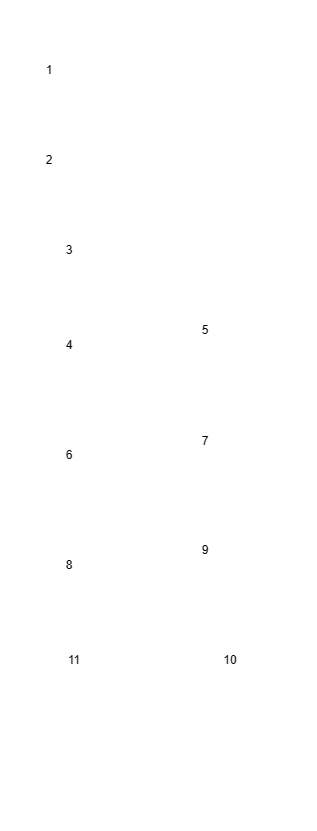
Before: Диаграмма без названия.drawio.png, a diagram exported from draw.io (H33MP/rsue). Source tidied: cells renumbered, new cells last; positions are measured from the earlier drawing's top-left corner, leaving out a move shared by most shapes.
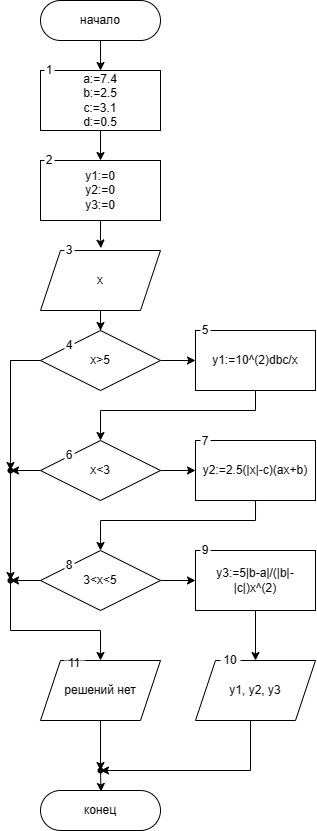
The same diagram one commit later.

Change to the diagram source:
```diff
@@ -2,28 +2,28 @@
   <root>
     <mxCell id="0" />
     <mxCell id="1" parent="0" />
-    <mxCell id="2" style="edgeStyle=orthogonalEdgeStyle;rounded=0;jettySize=auto;html=1;strokeColor=#FFFFFF;" parent="1" edge="1" source="3" target="5">
+    <mxCell id="2" style="edgeStyle=orthogonalEdgeStyle;rounded=0;jettySize=auto;html=1;" parent="1" edge="1" source="3" target="5">
       <mxGeometry relative="1" as="geometry" />
     </mxCell>
-    <mxCell id="3" value="начало" style="rounded=1;whiteSpace=wrap;html=1;arcSize=50;strokeColor=#FFFFFF;fillColor=none;fontColor=#FFFFFF;" parent="1" vertex="1">
+    <mxCell id="3" value="начало" style="rounded=1;whiteSpace=wrap;html=1;arcSize=50;strokeColor=default;" parent="1" vertex="1">
       <mxGeometry x="40" width="120" height="40" as="geometry" />
     </mxCell>
-    <mxCell id="4" style="edgeStyle=orthogonalEdgeStyle;rounded=0;jettySize=auto;html=1;strokeColor=#FFFFFF;" parent="1" edge="1" source="5" target="35">
+    <mxCell id="4" style="edgeStyle=orthogonalEdgeStyle;rounded=0;jettySize=auto;html=1;" parent="1" edge="1" source="5" target="35">
       <mxGeometry relative="1" as="geometry" />
     </mxCell>
-    <mxCell id="5" value="&lt;font style=&quot;font-size: 12px;&quot;&gt;a:=7.4&lt;br style=&quot;&quot;&gt;b:=2.5&lt;br style=&quot;&quot;&gt;c:=3.1&lt;br style=&quot;&quot;&gt;d:=0.5&lt;/font&gt;" style="rounded=0;whiteSpace=wrap;html=1;fontSize=9;perimeterSpacing=0;shadow=0;glass=0;strokeColor=#FFFFFF;fillColor=none;fontColor=#FFFFFF;" parent="1" vertex="1">
+    <mxCell id="5" value="&lt;font style=&quot;font-size: 12px;&quot;&gt;a:=7.4&lt;br style=&quot;&quot;&gt;b:=2.5&lt;br style=&quot;&quot;&gt;c:=3.1&lt;br style=&quot;&quot;&gt;d:=0.5&lt;/font&gt;" style="rounded=0;whiteSpace=wrap;html=1;fontSize=9;perimeterSpacing=0;shadow=0;glass=0;" parent="1" vertex="1">
       <mxGeometry x="40" y="70" width="120" height="60" as="geometry" />
     </mxCell>
-    <mxCell id="6" style="edgeStyle=orthogonalEdgeStyle;rounded=0;jettySize=auto;html=1;strokeColor=#FFFFFF;" parent="1" edge="1" source="7" target="10">
+    <mxCell id="6" style="edgeStyle=orthogonalEdgeStyle;rounded=0;jettySize=auto;html=1;" parent="1" edge="1" source="7" target="10">
       <mxGeometry relative="1" as="geometry" />
     </mxCell>
-    <mxCell id="7" value="x" style="shape=parallelogram;perimeter=parallelogramPerimeter;whiteSpace=wrap;html=1;fixedSize=1;strokeColor=#FFFFFF;fillColor=none;fontColor=#FFFFFF;" parent="1" vertex="1">
+    <mxCell id="7" value="x" style="shape=parallelogram;perimeter=parallelogramPerimeter;whiteSpace=wrap;html=1;fixedSize=1;" parent="1" vertex="1">
       <mxGeometry x="40" y="250" width="120" height="60" as="geometry" />
     </mxCell>
-    <mxCell id="8" style="edgeStyle=orthogonalEdgeStyle;rounded=0;jettySize=auto;html=1;strokeColor=#FFFFFF;" parent="1" edge="1" source="10" target="12">
+    <mxCell id="8" style="edgeStyle=orthogonalEdgeStyle;rounded=0;jettySize=auto;html=1;" parent="1" edge="1" source="10" target="12">
       <mxGeometry relative="1" as="geometry" />
     </mxCell>
-    <mxCell id="9" style="edgeStyle=orthogonalEdgeStyle;rounded=0;jettySize=auto;html=1;entryX=0.5;entryY=0;entryDx=0;entryDy=0;strokeColor=#FFFFFF;" parent="1" edge="1" source="30" target="26">
+    <mxCell id="9" style="edgeStyle=orthogonalEdgeStyle;rounded=0;jettySize=auto;html=1;entryX=0.5;entryY=0;entryDx=0;entryDy=0;" parent="1" edge="1" source="30" target="26">
       <mxGeometry relative="1" as="geometry">
         <Array as="points">
           <mxPoint x="10" y="360" />
@@ -32,10 +32,10 @@
         </Array>
       </mxGeometry>
     </mxCell>
-    <mxCell id="10" value="x&amp;gt;5" style="rhombus;whiteSpace=wrap;html=1;strokeColor=#FFFFFF;fillColor=none;fontColor=#FFFFFF;" parent="1" vertex="1">
+    <mxCell id="10" value="x&amp;gt;5" style="rhombus;whiteSpace=wrap;html=1;" parent="1" vertex="1">
       <mxGeometry x="40" y="330" width="120" height="60" as="geometry" />
     </mxCell>
-    <mxCell id="11" style="edgeStyle=orthogonalEdgeStyle;rounded=0;jettySize=auto;html=1;entryX=0.5;entryY=0;entryDx=0;entryDy=0;strokeColor=#FFFFFF;" parent="1" edge="1" source="12" target="15">
+    <mxCell id="11" style="edgeStyle=orthogonalEdgeStyle;rounded=0;jettySize=auto;html=1;entryX=0.5;entryY=0;entryDx=0;entryDy=0;" parent="1" edge="1" source="12" target="15">
       <mxGeometry relative="1" as="geometry">
         <Array as="points">
           <mxPoint x="255" y="410" />
@@ -43,37 +43,37 @@
         </Array>
       </mxGeometry>
     </mxCell>
-    <mxCell id="12" value="y1:=10^(2)dbc/x" style="rounded=0;whiteSpace=wrap;html=1;strokeColor=#FFFFFF;fillColor=none;fontColor=#FFFFFF;" parent="1" vertex="1">
+    <mxCell id="12" value="y1:=10^(2)dbc/x" style="rounded=0;whiteSpace=wrap;html=1;" parent="1" vertex="1">
       <mxGeometry x="195" y="330" width="120" height="60" as="geometry" />
     </mxCell>
-    <mxCell id="13" style="edgeStyle=orthogonalEdgeStyle;rounded=0;jettySize=auto;html=1;strokeColor=#FFFFFF;" parent="1" edge="1" source="15" target="16">
+    <mxCell id="13" style="edgeStyle=orthogonalEdgeStyle;rounded=0;jettySize=auto;html=1;" parent="1" edge="1" source="15" target="16">
       <mxGeometry relative="1" as="geometry" />
     </mxCell>
-    <mxCell id="14" style="edgeStyle=orthogonalEdgeStyle;rounded=0;jettySize=auto;html=1;strokeColor=#FFFFFF;" parent="1" edge="1" source="15" target="28">
+    <mxCell id="14" style="edgeStyle=orthogonalEdgeStyle;rounded=0;jettySize=auto;html=1;" parent="1" edge="1" source="15" target="28">
       <mxGeometry relative="1" as="geometry" />
     </mxCell>
-    <mxCell id="15" value="x&amp;lt;3" style="rhombus;whiteSpace=wrap;html=1;strokeColor=#FFFFFF;fillColor=none;fontColor=#FFFFFF;" parent="1" vertex="1">
+    <mxCell id="15" value="x&amp;lt;3" style="rhombus;whiteSpace=wrap;html=1;" parent="1" vertex="1">
       <mxGeometry x="40" y="440" width="120" height="60" as="geometry" />
     </mxCell>
-    <mxCell id="16" value="y2:=2.5(|x|-c)(ax+b)" style="rounded=0;whiteSpace=wrap;html=1;strokeColor=#FFFFFF;fillColor=none;fontColor=#FFFFFF;" parent="1" vertex="1">
+    <mxCell id="16" value="y2:=2.5(|x|-c)(ax+b)" style="rounded=0;whiteSpace=wrap;html=1;" parent="1" vertex="1">
       <mxGeometry x="195" y="440" width="120" height="60" as="geometry" />
     </mxCell>
-    <mxCell id="17" style="edgeStyle=orthogonalEdgeStyle;rounded=0;jettySize=auto;html=1;strokeColor=#FFFFFF;" parent="1" edge="1" source="19" target="21">
+    <mxCell id="17" style="edgeStyle=orthogonalEdgeStyle;rounded=0;jettySize=auto;html=1;" parent="1" edge="1" source="19" target="21">
       <mxGeometry relative="1" as="geometry" />
     </mxCell>
-    <mxCell id="18" style="edgeStyle=orthogonalEdgeStyle;rounded=0;jettySize=auto;html=1;strokeColor=#FFFFFF;" parent="1" edge="1" source="19" target="30">
+    <mxCell id="18" style="edgeStyle=orthogonalEdgeStyle;rounded=0;jettySize=auto;html=1;" parent="1" edge="1" source="19" target="30">
       <mxGeometry relative="1" as="geometry" />
     </mxCell>
-    <mxCell id="19" value="3&amp;lt;x&amp;lt;5" style="rhombus;whiteSpace=wrap;html=1;strokeColor=#FFFFFF;fillColor=none;fontColor=#FFFFFF;" parent="1" vertex="1">
+    <mxCell id="19" value="3&amp;lt;x&amp;lt;5" style="rhombus;whiteSpace=wrap;html=1;" parent="1" vertex="1">
       <mxGeometry x="40" y="550" width="120" height="60" as="geometry" />
     </mxCell>
-    <mxCell id="20" style="edgeStyle=orthogonalEdgeStyle;rounded=0;jettySize=auto;html=1;strokeColor=#FFFFFF;" parent="1" edge="1" source="21" target="24">
+    <mxCell id="20" style="edgeStyle=orthogonalEdgeStyle;rounded=0;jettySize=auto;html=1;" parent="1" edge="1" source="21" target="24">
       <mxGeometry relative="1" as="geometry" />
     </mxCell>
-    <mxCell id="21" value="y3:=5|b-a|/(|b|-|c|)x^(2)" style="rounded=0;whiteSpace=wrap;html=1;strokeColor=#FFFFFF;fillColor=none;fontColor=#FFFFFF;" parent="1" vertex="1">
+    <mxCell id="21" value="y3:=5|b-a|/(|b|-|c|)x^(2)" style="rounded=0;whiteSpace=wrap;html=1;" parent="1" vertex="1">
       <mxGeometry x="195" y="550" width="120" height="60" as="geometry" />
     </mxCell>
-    <mxCell id="22" style="edgeStyle=orthogonalEdgeStyle;rounded=0;orthogonalLoop=1;jettySize=auto;html=1;entryX=0.5;entryY=0;entryDx=0;entryDy=0;strokeColor=#FFFFFF;" parent="1" edge="1">
+    <mxCell id="22" style="edgeStyle=orthogonalEdgeStyle;rounded=0;orthogonalLoop=1;jettySize=auto;html=1;entryX=0.5;entryY=0;entryDx=0;entryDy=0;" parent="1" edge="1">
       <mxGeometry relative="1" as="geometry">
         <mxPoint x="255" y="500" as="sourcePoint" />
         <mxPoint x="100" y="550" as="targetPoint" />
@@ -83,89 +83,89 @@
         </Array>
       </mxGeometry>
     </mxCell>
-    <mxCell id="23" style="edgeStyle=orthogonalEdgeStyle;rounded=0;jettySize=auto;html=1;strokeColor=#FFFFFF;" parent="1" edge="1" source="24" target="33">
+    <mxCell id="23" style="edgeStyle=orthogonalEdgeStyle;rounded=0;jettySize=auto;html=1;" parent="1" edge="1" source="24" target="33">
       <mxGeometry relative="1" as="geometry">
         <Array as="points">
           <mxPoint x="250" y="770" />
         </Array>
       </mxGeometry>
     </mxCell>
-    <mxCell id="24" value="y1, y2, y3" style="shape=parallelogram;perimeter=parallelogramPerimeter;whiteSpace=wrap;html=1;fixedSize=1;strokeColor=#FFFFFF;fillColor=none;fontColor=#FFFFFF;" parent="1" vertex="1">
+    <mxCell id="24" value="y1, y2, y3" style="shape=parallelogram;perimeter=parallelogramPerimeter;whiteSpace=wrap;html=1;fixedSize=1;" parent="1" vertex="1">
       <mxGeometry x="195" y="660" width="120" height="60" as="geometry" />
     </mxCell>
-    <mxCell id="25" style="edgeStyle=orthogonalEdgeStyle;rounded=0;jettySize=auto;html=1;strokeColor=#FFFFFF;" parent="1" edge="1" target="31">
+    <mxCell id="25" style="edgeStyle=orthogonalEdgeStyle;rounded=0;jettySize=auto;html=1;" parent="1" edge="1" target="31">
       <mxGeometry relative="1" as="geometry">
         <mxPoint x="100" y="770" as="sourcePoint" />
       </mxGeometry>
     </mxCell>
-    <mxCell id="26" value="решений нет" style="shape=parallelogram;perimeter=parallelogramPerimeter;whiteSpace=wrap;html=1;fixedSize=1;strokeColor=#FFFFFF;fillColor=none;fontColor=#FFFFFF;" parent="1" vertex="1">
+    <mxCell id="26" value="решений нет" style="shape=parallelogram;perimeter=parallelogramPerimeter;whiteSpace=wrap;html=1;fixedSize=1;" parent="1" vertex="1">
       <mxGeometry x="40" y="660" width="120" height="60" as="geometry" />
     </mxCell>
-    <mxCell id="27" style="edgeStyle=orthogonalEdgeStyle;rounded=0;jettySize=auto;html=1;entryDx=0;entryDy=0;strokeColor=#FFFFFF;" parent="1" edge="1" source="10" target="28">
+    <mxCell id="27" style="edgeStyle=orthogonalEdgeStyle;rounded=0;jettySize=auto;html=1;entryDx=0;entryDy=0;" parent="1" edge="1" source="10" target="28">
       <mxGeometry relative="1" as="geometry" />
     </mxCell>
-    <mxCell id="28" style="shape=waypoint;sketch=0;size=6;points=[];fillColor=default;perimeter=centerPerimeter;snapToPoint=1;strokeColor=#FFFFFF;" parent="1" vertex="1">
+    <mxCell id="28" style="shape=waypoint;sketch=0;size=6;points=[];fillColor=default;perimeter=centerPerimeter;snapToPoint=1;" parent="1" vertex="1">
       <mxGeometry y="460" width="20" height="20" as="geometry" />
     </mxCell>
-    <mxCell id="29" style="edgeStyle=orthogonalEdgeStyle;rounded=0;jettySize=auto;html=1;entryDx=0;entryDy=0;strokeColor=#FFFFFF;" parent="1" edge="1" source="28" target="30">
+    <mxCell id="29" style="edgeStyle=orthogonalEdgeStyle;rounded=0;jettySize=auto;html=1;entryDx=0;entryDy=0;" parent="1" edge="1" source="28" target="30">
       <mxGeometry relative="1" as="geometry" />
     </mxCell>
-    <mxCell id="30" style="shape=waypoint;sketch=0;size=6;points=[];fillColor=default;perimeter=centerPerimeter;snapToPoint=1;strokeColor=#FFFFFF;" parent="1" vertex="1">
+    <mxCell id="30" style="shape=waypoint;sketch=0;size=6;points=[];fillColor=default;perimeter=centerPerimeter;snapToPoint=1;" parent="1" vertex="1">
       <mxGeometry y="570" width="20" height="20" as="geometry" />
     </mxCell>
-    <mxCell id="31" value="конец" style="rounded=1;whiteSpace=wrap;html=1;arcSize=50;strokeColor=#FFFFFF;fillColor=none;fontColor=#FFFFFF;" parent="1" vertex="1">
+    <mxCell id="31" value="конец" style="rounded=1;whiteSpace=wrap;html=1;arcSize=50;" parent="1" vertex="1">
       <mxGeometry x="40" y="790" width="120" height="40" as="geometry" />
     </mxCell>
-    <mxCell id="32" style="edgeStyle=orthogonalEdgeStyle;rounded=0;orthogonalLoop=1;jettySize=auto;html=1;exitX=0.539;exitY=-0.108;exitDx=0;exitDy=0;exitPerimeter=0;strokeColor=#FFFFFF;" parent="1" edge="1">
+    <mxCell id="32" style="edgeStyle=orthogonalEdgeStyle;rounded=0;orthogonalLoop=1;jettySize=auto;html=1;exitX=0.539;exitY=-0.108;exitDx=0;exitDy=0;exitPerimeter=0;" parent="1" edge="1">
       <mxGeometry relative="1" as="geometry">
         <mxPoint x="100" y="770" as="sourcePoint" />
         <mxPoint x="100" y="770" as="targetPoint" />
       </mxGeometry>
     </mxCell>
-    <mxCell id="33" style="shape=waypoint;sketch=0;size=6;points=[];fillColor=default;perimeter=centerPerimeter;snapToPoint=1;strokeColor=#FFFFFF;" parent="1" vertex="1">
+    <mxCell id="33" style="shape=waypoint;sketch=0;size=6;points=[];fillColor=default;perimeter=centerPerimeter;snapToPoint=1;" parent="1" vertex="1">
       <mxGeometry x="90" y="760" width="20" height="20" as="geometry" />
     </mxCell>
-    <mxCell id="34" style="edgeStyle=orthogonalEdgeStyle;rounded=0;jettySize=auto;html=1;entryX=0.582;entryY=0.125;entryDx=0;entryDy=0;entryPerimeter=0;strokeColor=#FFFFFF;" parent="1" edge="1" source="26" target="33">
+    <mxCell id="34" style="edgeStyle=orthogonalEdgeStyle;rounded=0;jettySize=auto;html=1;entryX=0.582;entryY=0.125;entryDx=0;entryDy=0;entryPerimeter=0;" parent="1" edge="1" source="26" target="33">
       <mxGeometry relative="1" as="geometry" />
     </mxCell>
-    <mxCell id="35" value="y1:=0&lt;br&gt;y2:=0&lt;br&gt;y3:=0" style="rounded=0;whiteSpace=wrap;html=1;strokeColor=#FFFFFF;fillColor=none;fontColor=#FFFFFF;" parent="1" vertex="1">
+    <mxCell id="35" value="y1:=0&lt;br&gt;y2:=0&lt;br&gt;y3:=0" style="rounded=0;whiteSpace=wrap;html=1;" parent="1" vertex="1">
       <mxGeometry x="40" y="160" width="120" height="60" as="geometry" />
     </mxCell>
-    <mxCell id="36" style="edgeStyle=orthogonalEdgeStyle;rounded=0;jettySize=auto;html=1;entryX=0.504;entryY=-0.04;entryDx=0;entryDy=0;entryPerimeter=0;strokeColor=#FFFFFF;" parent="1" edge="1" source="35" target="7">
+    <mxCell id="36" style="edgeStyle=orthogonalEdgeStyle;rounded=0;jettySize=auto;html=1;entryX=0.504;entryY=-0.04;entryDx=0;entryDy=0;entryPerimeter=0;" parent="1" edge="1" source="35" target="7">
       <mxGeometry relative="1" as="geometry" />
     </mxCell>
-    <mxCell id="37" value="1" style="text;html=1;strokeColor=#FFFFFF;fillColor=default;align=center;verticalAlign=middle;whiteSpace=wrap;rounded=0;" parent="1" vertex="1">
+    <mxCell id="37" value="1" style="text;html=1;strokeColor=none;fillColor=default;align=center;verticalAlign=middle;whiteSpace=wrap;rounded=0;" parent="1" vertex="1">
       <mxGeometry x="44" y="65" width="10" height="10" as="geometry" />
     </mxCell>
-    <mxCell id="38" value="2" style="text;html=1;strokeColor=#FFFFFF;fillColor=default;align=center;verticalAlign=middle;whiteSpace=wrap;rounded=0;" parent="1" vertex="1">
+    <mxCell id="38" value="2" style="text;html=1;strokeColor=none;fillColor=default;align=center;verticalAlign=middle;whiteSpace=wrap;rounded=0;" parent="1" vertex="1">
       <mxGeometry x="44" y="155" width="10" height="10" as="geometry" />
     </mxCell>
-    <mxCell id="39" value="3" style="text;html=1;strokeColor=#FFFFFF;fillColor=default;align=center;verticalAlign=middle;whiteSpace=wrap;rounded=0;" parent="1" vertex="1">
+    <mxCell id="39" value="3" style="text;html=1;strokeColor=none;fillColor=default;align=center;verticalAlign=middle;whiteSpace=wrap;rounded=0;" parent="1" vertex="1">
       <mxGeometry x="64" y="245" width="10" height="10" as="geometry" />
     </mxCell>
-    <mxCell id="40" value="4" style="text;html=1;strokeColor=#FFFFFF;fillColor=default;align=center;verticalAlign=middle;whiteSpace=wrap;rounded=0;" parent="1" vertex="1">
+    <mxCell id="40" value="4" style="text;html=1;strokeColor=none;fillColor=default;align=center;verticalAlign=middle;whiteSpace=wrap;rounded=0;" parent="1" vertex="1">
       <mxGeometry x="64" y="340" width="10" height="10" as="geometry" />
     </mxCell>
-    <mxCell id="41" value="5" style="text;html=1;strokeColor=#FFFFFF;fillColor=default;align=center;verticalAlign=middle;whiteSpace=wrap;rounded=0;" parent="1" vertex="1">
+    <mxCell id="41" value="5" style="text;html=1;strokeColor=none;fillColor=default;align=center;verticalAlign=middle;whiteSpace=wrap;rounded=0;" parent="1" vertex="1">
       <mxGeometry x="200" y="325" width="10" height="10" as="geometry" />
     </mxCell>
-    <mxCell id="42" value="7" style="text;html=1;strokeColor=#FFFFFF;fillColor=default;align=center;verticalAlign=middle;whiteSpace=wrap;rounded=0;" parent="1" vertex="1">
+    <mxCell id="42" value="7" style="text;html=1;strokeColor=none;fillColor=default;align=center;verticalAlign=middle;whiteSpace=wrap;rounded=0;" parent="1" vertex="1">
       <mxGeometry x="200" y="436" width="10" height="10" as="geometry" />
     </mxCell>
-    <mxCell id="43" value="6" style="text;html=1;strokeColor=#FFFFFF;fillColor=default;align=center;verticalAlign=middle;whiteSpace=wrap;rounded=0;" parent="1" vertex="1">
+    <mxCell id="43" value="6" style="text;html=1;strokeColor=none;fillColor=default;align=center;verticalAlign=middle;whiteSpace=wrap;rounded=0;" parent="1" vertex="1">
       <mxGeometry x="64" y="450" width="10" height="10" as="geometry" />
     </mxCell>
-    <mxCell id="44" value="8" style="text;html=1;strokeColor=#FFFFFF;fillColor=default;align=center;verticalAlign=middle;whiteSpace=wrap;rounded=0;" parent="1" vertex="1">
+    <mxCell id="44" value="8" style="text;html=1;strokeColor=none;fillColor=default;align=center;verticalAlign=middle;whiteSpace=wrap;rounded=0;" parent="1" vertex="1">
       <mxGeometry x="64" y="560" width="10" height="10" as="geometry" />
     </mxCell>
-    <mxCell id="45" value="9" style="text;html=1;strokeColor=#FFFFFF;fillColor=default;align=center;verticalAlign=middle;whiteSpace=wrap;rounded=0;" parent="1" vertex="1">
+    <mxCell id="45" value="9" style="text;html=1;strokeColor=none;fillColor=default;align=center;verticalAlign=middle;whiteSpace=wrap;rounded=0;" parent="1" vertex="1">
       <mxGeometry x="200" y="545" width="10" height="10" as="geometry" />
     </mxCell>
-    <mxCell id="46" value="10" style="text;html=1;strokeColor=#FFFFFF;fillColor=default;align=center;verticalAlign=middle;whiteSpace=wrap;rounded=0;" parent="1" vertex="1">
+    <mxCell id="46" value="10" style="text;html=1;strokeColor=none;fillColor=default;align=center;verticalAlign=middle;whiteSpace=wrap;rounded=0;" parent="1" vertex="1">
       <mxGeometry x="220" y="655" width="20" height="10" as="geometry" />
     </mxCell>
-    <mxCell id="47" value="11" style="text;html=1;strokeColor=#FFFFFF;fillColor=default;align=center;verticalAlign=middle;whiteSpace=wrap;rounded=0;" parent="1" vertex="1">
-      <mxGeometry x="64" y="655" width="20" height="10" as="geometry" />
+    <mxCell id="47" value="11" style="text;html=1;strokeColor=none;fillColor=default;align=center;verticalAlign=middle;whiteSpace=wrap;rounded=0;" parent="1" vertex="1">
+      <mxGeometry x="64" y="660" width="20" height="5" as="geometry" />
     </mxCell>
   </root>
 </mxGraphModel>
```
